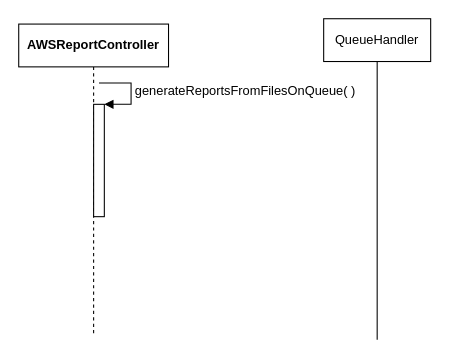
Above: page "Page-2" (2 of 2) of docs/model.drawio in viniciuSquare/AWS-Capacity_report (draw.io), before the change. Source tidied: cells renumbered, new cells numbered last; positions are measured from the earlier drawing's top-left corner, leaving out a move shared by most shapes. Both pictures are drawn from the tidied source at 107%, with x=0, y=0 at pixel (18, 18).
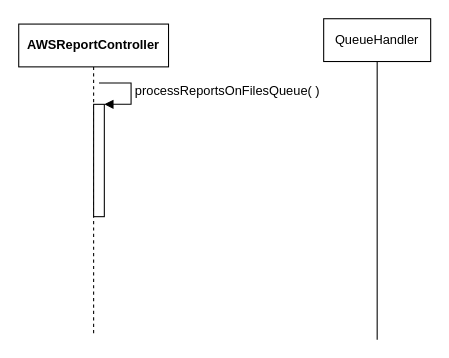
The same page after the edit.

Diff of the diagram source:
```diff
@@
 <mxGraphModel>
   <root>
     <mxCell id="0" />
     <mxCell id="1" parent="0" />
     <mxCell id="2" value="&lt;span style=&quot;font-weight: 700&quot;&gt;AWSReportController&lt;/span&gt;" style="shape=umlLifeline;perimeter=lifelinePerimeter;whiteSpace=wrap;html=1;" parent="1" vertex="1">
       <mxGeometry y="5" width="140" height="290" as="geometry" />
     </mxCell>
     <mxCell id="3" style="html=1;points=[];perimeter=orthogonalPerimeter;" parent="2" vertex="1">
       <mxGeometry x="70" y="75" width="10" height="105" as="geometry" />
     </mxCell>
-    <mxCell id="4" value="&lt;span style=&quot;font-size: 12px&quot;&gt;generateReportsFromFilesOnQueue( )&lt;/span&gt;" style="edgeStyle=orthogonalEdgeStyle;html=1;align=left;spacingLeft=2;endArrow=block;rounded=0;entryX=1;entryY=0;" parent="2" edge="1" target="3">
+    <mxCell id="4" value="&lt;span style=&quot;font-size: 12px&quot;&gt;processReportsOnFilesQueue( )&lt;/span&gt;" style="edgeStyle=orthogonalEdgeStyle;html=1;align=left;spacingLeft=2;endArrow=block;rounded=0;entryX=1;entryY=0;" parent="2" edge="1" target="3">
       <mxGeometry relative="1" as="geometry">
         <mxPoint x="75" y="55" as="sourcePoint" />
         <Array as="points">
           <mxPoint x="105" y="55" />
         </Array>
       </mxGeometry>
     </mxCell>
     <mxCell id="5" value="QueueHandler" style="shape=umlLifeline;perimeter=lifelinePerimeter;whiteSpace=wrap;html=1;lifelineDashed=0;" parent="1" vertex="1">
       <mxGeometry x="285" width="100" height="300" as="geometry" />
     </mxCell>
   </root>
 </mxGraphModel>
```
